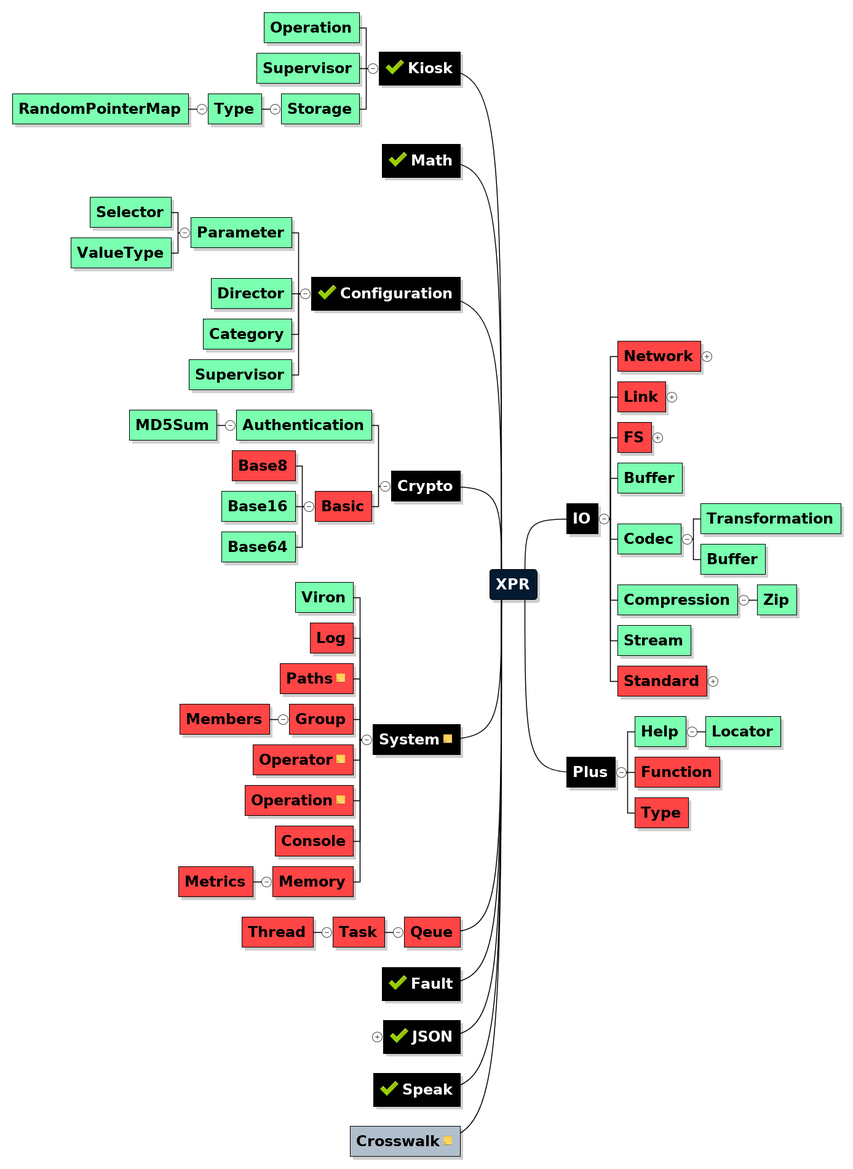
hypersoft/XPR keeps this Mermaid diagram as XPR-MAP.png. Above is the earlier version. Its source is kept beside it as XPR-MAP.mmd.
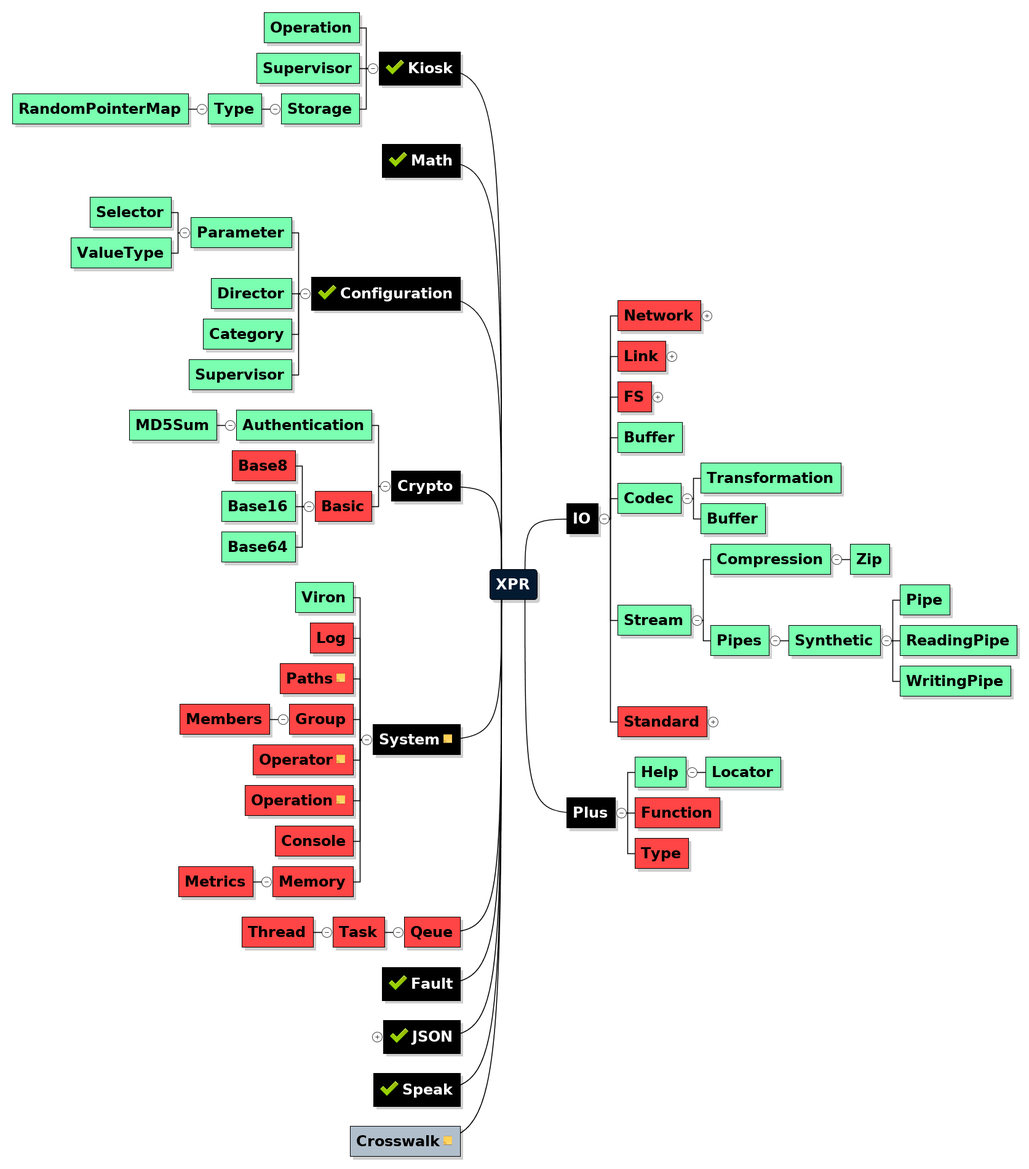
Above is the later version.

What changed in the source:
```diff
@@ -188,15 +188,35 @@
 > fillColor=`#7BFFB0`,textColor=`#000000`
 
 
-### Compression
+### Stream
 > fillColor=`#7BFFB0`
 
 
-#### Zip
+#### Compression
+> fillColor=`#7BFFB0`
+
+
+##### Zip
 > collapsed=`true`,fillColor=`#7BFFB0`
 
 
-### Stream
+#### Pipes
+> fillColor=`#7BFFB0`
+
+
+##### Synthetic
+> fillColor=`#7BFFB0`
+
+
+###### Pipe
+> fillColor=`#7BFFB0`
+
+
+###### ReadingPipe
+> fillColor=`#7BFFB0`
+
+
+###### WritingPipe
 > fillColor=`#7BFFB0`
 
 
```
